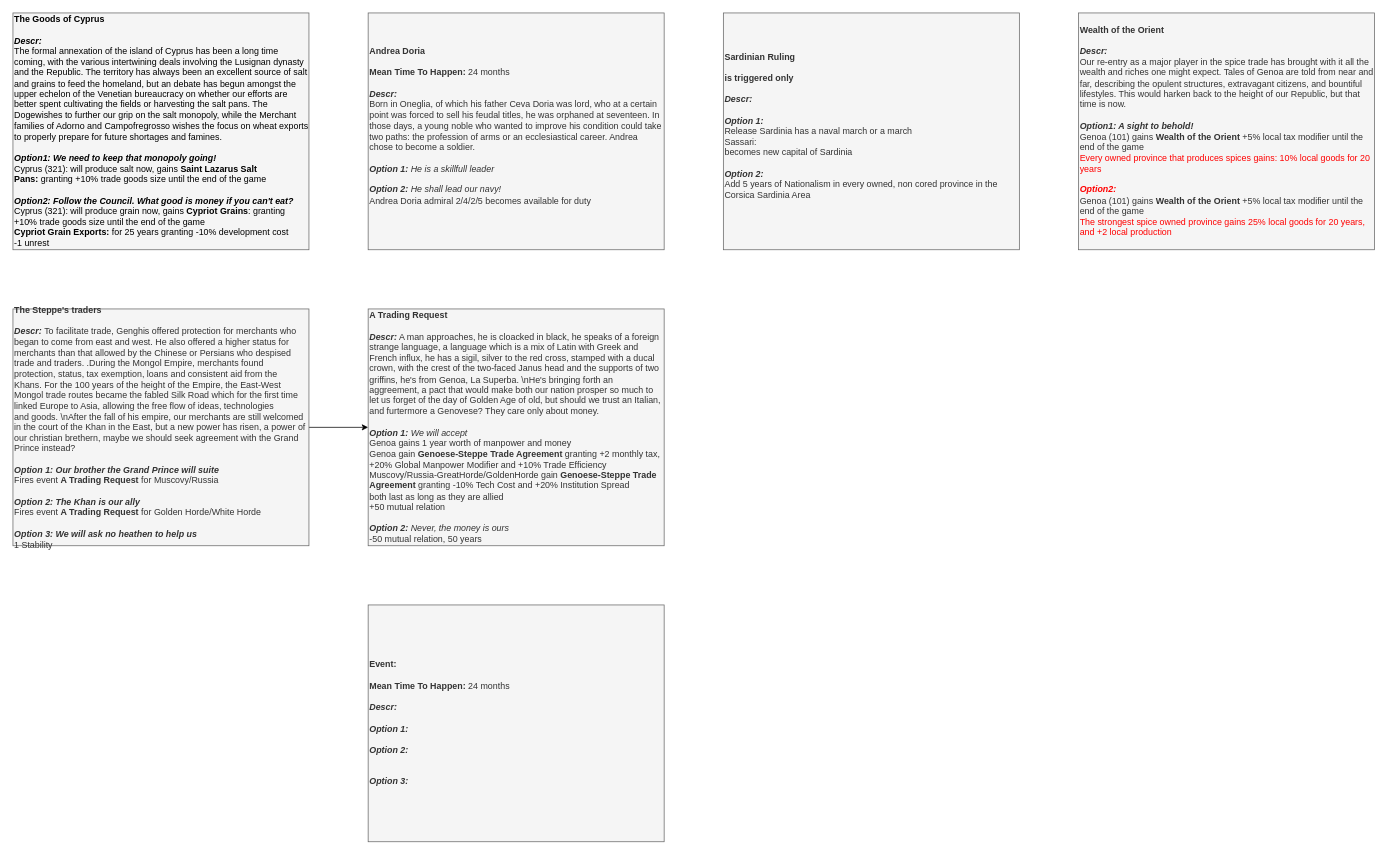
This is page "Events" (2 of 3) of It's Pesto Time/It's Pesto Time 0.3.drawio from Melvasul/Missions-Expanded, a draw.io file, before an edit. Source tidied: cells renumbered, new cells numbered last; positions are measured from the earlier drawing's top-left corner, leaving out a move shared by most shapes. Both pictures are drawn from the tidied source at 74%, with x=0, y=0 at pixel (13, 13).
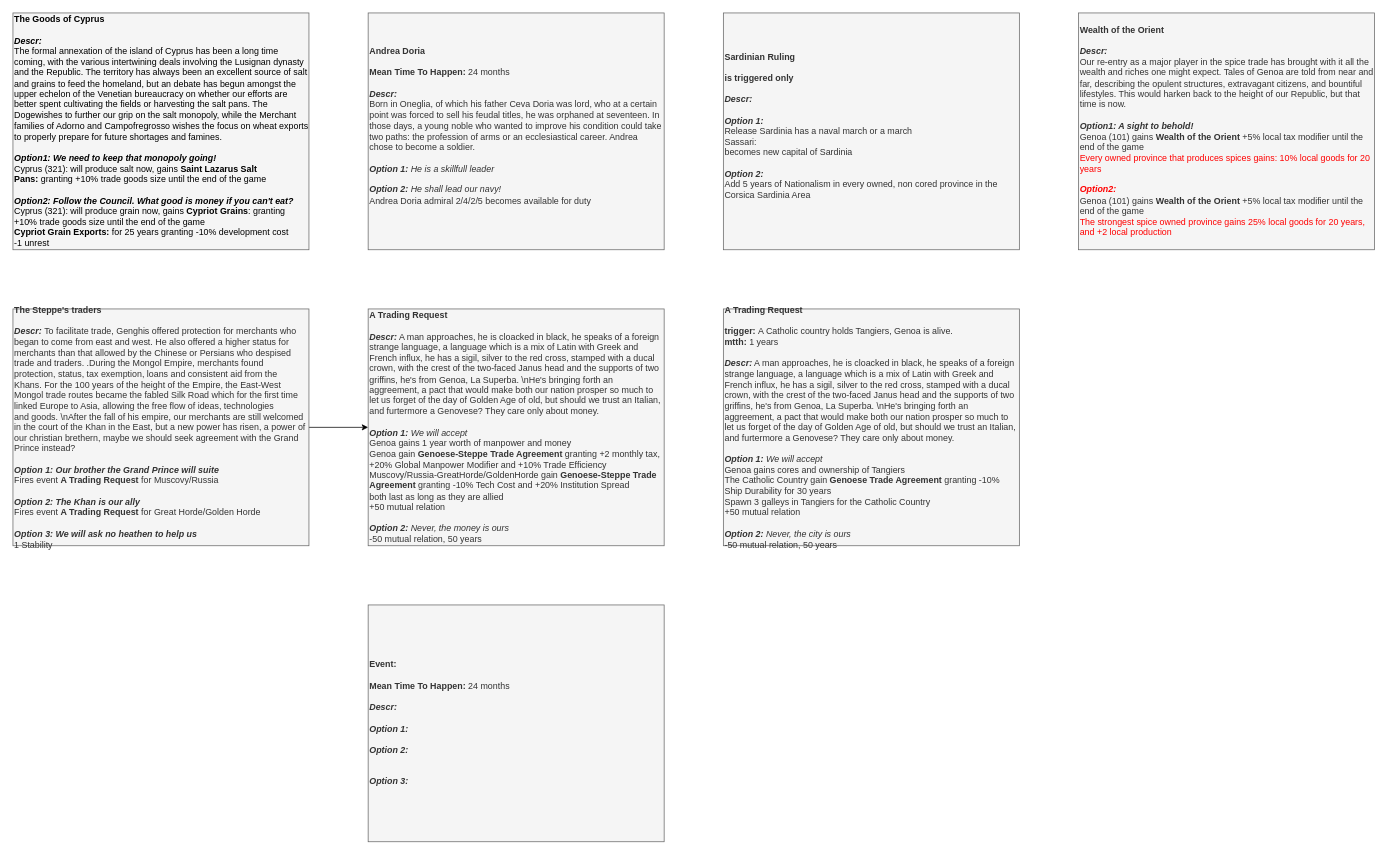
Above is the later version.

Diff of the diagram source:
```diff
@@
 <mxGraphModel>
   <root>
     <mxCell id="0" />
     <mxCell id="1" parent="0" />
     <mxCell id="2" value="&lt;div style=&quot;font-size: 12px&quot;&gt;&lt;b&gt;Event:&lt;/b&gt;&lt;/div&gt;&lt;div style=&quot;font-size: 12px&quot;&gt;&lt;b&gt;&lt;br&gt;&lt;/b&gt;&lt;/div&gt;&lt;div style=&quot;font-size: 12px&quot;&gt;&lt;b&gt;Mean Time To Happen: &lt;/b&gt;24 months&lt;/div&gt;&lt;div style=&quot;font-size: 12px&quot;&gt;&lt;b&gt;&lt;br&gt;&lt;/b&gt;&lt;/div&gt;&lt;div&gt;&lt;font&gt;&lt;div style=&quot;font-size: 12px&quot;&gt;&lt;b style=&quot;font-size: 12px&quot;&gt;&lt;i style=&quot;font-size: 12px&quot;&gt;Descr:&lt;/i&gt;&lt;/b&gt;&lt;/div&gt;&lt;/font&gt;&lt;/div&gt;&lt;div&gt;&lt;br&gt;&lt;/div&gt;&lt;div style=&quot;font-size: 12px&quot;&gt;&lt;/div&gt;&lt;font&gt;&lt;b style=&quot;font-size: 12px ; font-style: italic&quot;&gt;Option 1:&lt;/b&gt;&lt;span style=&quot;font-size: 12px ; font-style: italic&quot;&gt; &lt;/span&gt;&lt;br&gt;&lt;br&gt;&lt;span style=&quot;font-size: 12px&quot;&gt;&lt;i&gt;&lt;b&gt;Option 2:&lt;/b&gt;&amp;nbsp;&lt;/i&gt;&lt;/span&gt;&lt;br&gt;&lt;div&gt;&lt;br&gt;&lt;/div&gt;&lt;div&gt;&lt;br&gt;&lt;/div&gt;&lt;div&gt;&lt;i style=&quot;font-weight: bold&quot;&gt;Option 3:&amp;nbsp;&lt;/i&gt;&lt;/div&gt;&lt;/font&gt;" style="rounded=0;whiteSpace=wrap;html=1;align=left;fontSize=12;fillColor=#f5f5f5;strokeColor=#666666;fontColor=#333333;" parent="1" vertex="1">
       <mxGeometry x="480" y="800" width="400" height="320" as="geometry" />
     </mxCell>
     <mxCell id="3" value="&lt;div style=&quot;font-size: 12px&quot;&gt;&lt;b&gt;Andrea Doria&lt;/b&gt;&lt;/div&gt;&lt;div style=&quot;font-size: 12px&quot;&gt;&lt;b&gt;&lt;br&gt;&lt;/b&gt;&lt;/div&gt;&lt;div style=&quot;font-size: 12px&quot;&gt;&lt;b&gt;Mean Time To Happen: &lt;/b&gt;24 months&lt;/div&gt;&lt;div style=&quot;font-size: 12px&quot;&gt;&lt;b&gt;&lt;br&gt;&lt;/b&gt;&lt;/div&gt;&lt;div&gt;&lt;font&gt;&lt;div style=&quot;font-size: 12px&quot;&gt;&lt;b style=&quot;font-size: 12px&quot;&gt;&lt;i style=&quot;font-size: 12px&quot;&gt;Descr:&lt;/i&gt;&lt;/b&gt;&lt;/div&gt;&lt;/font&gt;&lt;/div&gt;&lt;div&gt;Born in Oneglia, of which his father Ceva Doria was lord, who at a certain point was forced to sell his feudal titles, he was orphaned at seventeen. In those days, a young noble who wanted to improve his condition could take two paths: the profession of arms or an ecclesiastical career. Andrea chose to become a soldier.&lt;br&gt;&lt;/div&gt;&lt;div&gt;&lt;br&gt;&lt;/div&gt;&lt;div style=&quot;font-size: 12px&quot;&gt;&lt;/div&gt;&lt;font&gt;&lt;b style=&quot;font-size: 12px ; font-style: italic&quot;&gt;Option 1:&lt;/b&gt;&lt;span style=&quot;font-size: 12px ; font-style: italic&quot;&gt;&amp;nbsp;He is a skillfull leader&lt;/span&gt;&lt;br&gt;&lt;br&gt;&lt;span style=&quot;font-size: 12px&quot;&gt;&lt;i&gt;&lt;b&gt;Option 2:&lt;/b&gt;&amp;nbsp;He shall lead our navy!&lt;br&gt;&lt;/i&gt;&lt;/span&gt;Andrea Doria admiral 2/4/2/5 becomes available for duty&lt;br&gt;&lt;div&gt;&lt;br&gt;&lt;/div&gt;&lt;/font&gt;" style="rounded=0;whiteSpace=wrap;html=1;align=left;fontSize=12;fillColor=#f5f5f5;strokeColor=#666666;fontColor=#333333;" parent="1" vertex="1">
       <mxGeometry x="480" width="400" height="320" as="geometry" />
     </mxCell>
     <mxCell id="4" value="&lt;div style=&quot;font-size: 12px&quot;&gt;&lt;b&gt;Sardinian Ruling&lt;/b&gt;&lt;/div&gt;&lt;div style=&quot;font-size: 12px&quot;&gt;&lt;b&gt;&lt;br&gt;&lt;/b&gt;&lt;/div&gt;&lt;div style=&quot;font-size: 12px&quot;&gt;&lt;b&gt;is triggered only&lt;/b&gt;&lt;/div&gt;&lt;div style=&quot;font-size: 12px&quot;&gt;&lt;b&gt;&lt;br&gt;&lt;/b&gt;&lt;/div&gt;&lt;div&gt;&lt;font&gt;&lt;div style=&quot;font-size: 12px&quot;&gt;&lt;b style=&quot;font-size: 12px&quot;&gt;&lt;i style=&quot;font-size: 12px&quot;&gt;Descr:&lt;/i&gt;&lt;/b&gt;&lt;/div&gt;&lt;/font&gt;&lt;/div&gt;&lt;div&gt;&lt;br&gt;&lt;/div&gt;&lt;div style=&quot;font-size: 12px&quot;&gt;&lt;/div&gt;&lt;font&gt;&lt;b style=&quot;font-size: 12px ; font-style: italic&quot;&gt;Option 1:&lt;/b&gt;&lt;span style=&quot;font-size: 12px ; font-style: italic&quot;&gt; &lt;/span&gt;&lt;br&gt;Release Sardinia has a naval march or a march&lt;br&gt;Sassari:&lt;br&gt;becomes new capital of Sardinia&lt;br&gt;&lt;br&gt;&lt;span style=&quot;font-size: 12px&quot;&gt;&lt;i&gt;&lt;b&gt;Option 2:&lt;/b&gt;&amp;nbsp;&lt;/i&gt;&lt;/span&gt;&lt;br&gt;&lt;div&gt;Add 5 years of Nationalism in every owned, non cored province in the Corsica Sardinia Area&lt;/div&gt;&lt;div&gt;&lt;br&gt;&lt;/div&gt;&lt;/font&gt;" style="rounded=0;whiteSpace=wrap;html=1;align=left;fontSize=12;fillColor=#f5f5f5;strokeColor=#666666;fontColor=#333333;" parent="1" vertex="1">
       <mxGeometry x="960" width="400" height="320" as="geometry" />
     </mxCell>
     <mxCell id="5" value="&lt;div&gt;&lt;font color=&quot;#000000&quot;&gt;&lt;b&gt;The Goods of Cyprus&lt;/b&gt;&lt;br&gt;&lt;/font&gt;&lt;/div&gt;&lt;div&gt;&lt;b&gt;&lt;font color=&quot;#000000&quot;&gt;&lt;br&gt;&lt;/font&gt;&lt;/b&gt;&lt;/div&gt;&lt;div&gt;&lt;font color=&quot;#000000&quot;&gt;&lt;b&gt;&lt;i&gt;Descr:&lt;/i&gt;&lt;/b&gt;&amp;nbsp;&lt;/font&gt;&lt;/div&gt;&lt;div&gt;&lt;font color=&quot;#000000&quot;&gt;The formal annexation of the island of Cyprus has been a long time coming, with the various intertwining deals involving the Lusignan dynasty and the Republic. The territory has always been an excellent source of salt and grains to feed the homeland, but an debate has begun amongst the upper echelon of the Venetian bureaucracy on whether our efforts are better spent cultivating the fields or harvesting the salt pans. The Dogewishes to further our grip on the salt monopoly, while the Merchant families of Adorno and Campofregrosso wishes the focus on wheat exports to properly prepare for future shortages and famines.&lt;/font&gt;&lt;/div&gt;&lt;div style=&quot;font-size: 12px&quot;&gt;&lt;span style=&quot;font-size: 12px&quot;&gt;&lt;font color=&quot;#000000&quot;&gt;&lt;br style=&quot;font-size: 12px&quot;&gt;&lt;/font&gt;&lt;/span&gt;&lt;/div&gt;&lt;div style=&quot;font-size: 12px&quot;&gt;&lt;font color=&quot;#000000&quot;&gt;&lt;b&gt;&lt;i&gt;Option1:&amp;nbsp;&lt;/i&gt;&lt;/b&gt;&lt;i&gt;&lt;b&gt;We need to keep that monopoly going!&lt;/b&gt;&lt;/i&gt;&lt;/font&gt;&lt;/div&gt;&lt;div style=&quot;font-size: 12px&quot;&gt;&lt;font color=&quot;#000000&quot;&gt;&lt;span&gt;Cyprus (321): will produce salt now,&amp;nbsp;&lt;/span&gt;&lt;span&gt;gains&amp;nbsp;&lt;/span&gt;&lt;b&gt;Saint Lazarus Salt Pans&lt;/b&gt;&lt;b&gt;:&lt;/b&gt;&lt;span&gt;&amp;nbsp;granting&amp;nbsp;+10% trade goods size until the end of the game&lt;/span&gt;&lt;/font&gt;&lt;/div&gt;&lt;div style=&quot;font-size: 12px&quot;&gt;&lt;font color=&quot;#000000&quot;&gt;&lt;br&gt;&lt;/font&gt;&lt;/div&gt;&lt;div style=&quot;font-size: 12px&quot;&gt;&lt;font color=&quot;#000000&quot;&gt;&lt;b&gt;&lt;i&gt;Option2:&amp;nbsp;&lt;/i&gt;&lt;/b&gt;&lt;span&gt;&lt;b&gt;&lt;i&gt;Follow the Council. What good is money if you can't eat?&lt;/i&gt;&lt;/b&gt;&lt;/span&gt;&lt;/font&gt;&lt;/div&gt;&lt;div&gt;&lt;div style=&quot;font-size: 12px&quot;&gt;&lt;font color=&quot;#000000&quot;&gt;Cyprus (321): will produce grain now,&amp;nbsp;&lt;span&gt;gains &lt;/span&gt;&lt;b&gt;Cypriot Grains&lt;/b&gt;&lt;span&gt;: granting +10% trade goods size until the end of the game&lt;/span&gt;&lt;/font&gt;&lt;/div&gt;&lt;div&gt;&lt;font color=&quot;#000000&quot;&gt;&lt;b&gt;Cypriot Grain Exports:&lt;/b&gt;&amp;nbsp;for 25 years granting -10% development cost&lt;br&gt;&lt;/font&gt;&lt;/div&gt;&lt;div&gt;&lt;font color=&quot;#000000&quot;&gt;-1 unrest&lt;/font&gt;&lt;/div&gt;&lt;/div&gt;" style="rounded=0;whiteSpace=wrap;html=1;fillColor=#f5f5f5;strokeColor=#666666;fontSize=12;align=left;fontColor=#333333;" parent="1" vertex="1">
       <mxGeometry width="400" height="320" as="geometry" />
     </mxCell>
     <mxCell id="6" value="&lt;div&gt;&lt;b&gt;Wealth of the Orient&lt;/b&gt;&lt;br&gt;&lt;/div&gt;&lt;div&gt;&lt;b&gt;&lt;br&gt;&lt;/b&gt;&lt;/div&gt;&lt;div&gt;&lt;b&gt;&lt;i&gt;Descr:&lt;/i&gt;&lt;/b&gt;&amp;nbsp;&lt;/div&gt;Our re-entry as a major player in the spice trade has brought with it all the wealth and riches one might expect. Tales of Genoa are told from near and far, describing the opulent structures, extravagant citizens, and bountiful lifestyles. This would harken back to the height of our Republic, but that time is now.&lt;div&gt;&lt;br&gt;&lt;/div&gt;&lt;div style=&quot;font-size: 12px&quot;&gt;&lt;/div&gt;&lt;b&gt;&lt;i&gt;Option1: A sight to behold!&lt;/i&gt;&lt;/b&gt;&lt;br class=&quot;Apple-interchange-newline&quot;&gt;Genoa (101) gains&amp;nbsp;&lt;b&gt;Wealth of the Orient&lt;/b&gt;&amp;nbsp;+5% local tax modifier until the end of the game&lt;div&gt;&lt;font color=&quot;#ff0000&quot;&gt;Every owned province that produces spices gains: 10% local goods for 20 years&lt;/font&gt;&lt;/div&gt;&lt;div&gt;&lt;font color=&quot;#ff0000&quot;&gt;&lt;br&gt;&lt;/font&gt;&lt;/div&gt;&lt;div&gt;&lt;font color=&quot;#ff0000&quot;&gt;&lt;b&gt;&lt;i&gt;Option2:&lt;/i&gt;&lt;/b&gt;&lt;/font&gt;&lt;/div&gt;Genoa (101) gains&amp;nbsp;&lt;b&gt;Wealth of the Orient&lt;/b&gt;&amp;nbsp;+5% local tax modifier until the end of the game&lt;div&gt;&lt;font color=&quot;#ff0000&quot;&gt;The strongest spice owned province gains 25% local goods for 20 years, and +2 local production&lt;/font&gt;&lt;/div&gt;" style="rounded=0;whiteSpace=wrap;html=1;fillColor=#f5f5f5;strokeColor=#666666;fontSize=12;align=left;fontColor=#333333;" parent="1" vertex="1">
       <mxGeometry x="1440" width="400" height="320" as="geometry" />
     </mxCell>
     <mxCell id="7" style="edgeStyle=orthogonalEdgeStyle;rounded=0;jettySize=auto;html=1;exitX=1;exitY=0.5;exitDx=0;exitDy=0;" parent="1" edge="1" source="8" target="9">
       <mxGeometry relative="1" as="geometry" />
     </mxCell>
-    <mxCell id="8" value="&lt;div style=&quot;font-size: 12px&quot;&gt;&lt;/div&gt;&lt;b&gt;The Steppe's traders&lt;br&gt;&lt;/b&gt;&lt;div style=&quot;font-size: 12px&quot;&gt;&lt;b&gt;&lt;br&gt;&lt;/b&gt;&lt;/div&gt;&lt;div&gt;&lt;font&gt;&lt;div style=&quot;font-size: 12px&quot;&gt;&lt;b style=&quot;font-size: 12px&quot;&gt;&lt;i style=&quot;font-size: 12px&quot;&gt;Descr:&amp;nbsp;&lt;/i&gt;&lt;/b&gt;&lt;span&gt;To facilitate trade, Genghis offered protection for merchants who began to come from east and west. He also offered a higher status for &lt;br&gt;merchants than that allowed by the Chinese or Persians who despised &lt;br&gt;trade and traders. .During the Mongol Empire, merchants found &lt;br&gt;protection, status, tax exemption, loans and consistent aid from the &lt;br&gt;Khans. For the 100 years of the height of the Empire, the East-West &lt;br&gt;Mongol trade routes became the fabled Silk Road which for the first time&lt;br&gt; linked Europe to Asia, allowing the free flow of ideas, technologies &lt;br&gt;and goods. \nAfter the fall of his empire, our merchants are still welcomed in the court of the Khan in the East, but a new power has risen, a power of our christian brethern, maybe we should seek agreement with the Grand Prince instead?&lt;/span&gt;&lt;/div&gt;&lt;/font&gt;&lt;/div&gt;&lt;div&gt;&lt;br&gt;&lt;/div&gt;&lt;div style=&quot;font-size: 12px&quot;&gt;&lt;/div&gt;&lt;font&gt;&lt;b style=&quot;font-size: 12px ; font-style: italic&quot;&gt;Option 1:&lt;/b&gt;&lt;span style=&quot;font-size: 12px ; font-style: italic&quot;&gt;&amp;nbsp;&lt;b&gt;Our brother the Grand Prince will suite&lt;/b&gt;&lt;/span&gt;&lt;br&gt;Fires event &lt;b&gt;A Trading Request&lt;/b&gt;&amp;nbsp;for Muscovy/Russia&lt;br&gt;&lt;br&gt;&lt;span style=&quot;font-size: 12px&quot;&gt;&lt;i&gt;&lt;b&gt;Option 2:&lt;/b&gt;&amp;nbsp;&lt;b&gt;The Khan is our ally&lt;/b&gt;&lt;br&gt;&lt;/i&gt;&lt;/span&gt;&lt;div&gt;Fires event&amp;nbsp;&lt;b&gt;A Trading Request&lt;/b&gt;&amp;nbsp;for Golden Horde/White Horde&lt;br&gt;&lt;/div&gt;&lt;div&gt;&lt;br&gt;&lt;/div&gt;&lt;div&gt;&lt;i style=&quot;font-weight: bold&quot;&gt;Option 3: We will ask no heathen to help us&lt;/i&gt;&lt;/div&gt;&lt;div&gt;1 Stability&lt;/div&gt;&lt;/font&gt;" style="rounded=0;whiteSpace=wrap;html=1;align=left;fontSize=12;fillColor=#f5f5f5;strokeColor=#666666;fontColor=#333333;" parent="1" vertex="1">
+    <mxCell id="8" value="&lt;div style=&quot;font-size: 12px&quot;&gt;&lt;/div&gt;&lt;b&gt;The Steppe's traders&lt;br&gt;&lt;/b&gt;&lt;div style=&quot;font-size: 12px&quot;&gt;&lt;b&gt;&lt;br&gt;&lt;/b&gt;&lt;/div&gt;&lt;div&gt;&lt;font&gt;&lt;div style=&quot;font-size: 12px&quot;&gt;&lt;b style=&quot;font-size: 12px&quot;&gt;&lt;i style=&quot;font-size: 12px&quot;&gt;Descr:&amp;nbsp;&lt;/i&gt;&lt;/b&gt;&lt;span&gt;To facilitate trade, Genghis offered protection for merchants who began to come from east and west. He also offered a higher status for &lt;br&gt;merchants than that allowed by the Chinese or Persians who despised &lt;br&gt;trade and traders. .During the Mongol Empire, merchants found &lt;br&gt;protection, status, tax exemption, loans and consistent aid from the &lt;br&gt;Khans. For the 100 years of the height of the Empire, the East-West &lt;br&gt;Mongol trade routes became the fabled Silk Road which for the first time&lt;br&gt; linked Europe to Asia, allowing the free flow of ideas, technologies &lt;br&gt;and goods. \nAfter the fall of his empire, our merchants are still welcomed in the court of the Khan in the East, but a new power has risen, a power of our christian brethern, maybe we should seek agreement with the Grand Prince instead?&lt;/span&gt;&lt;/div&gt;&lt;/font&gt;&lt;/div&gt;&lt;div&gt;&lt;br&gt;&lt;/div&gt;&lt;div style=&quot;font-size: 12px&quot;&gt;&lt;/div&gt;&lt;font&gt;&lt;b style=&quot;font-size: 12px ; font-style: italic&quot;&gt;Option 1:&lt;/b&gt;&lt;span style=&quot;font-size: 12px ; font-style: italic&quot;&gt;&amp;nbsp;&lt;b&gt;Our brother the Grand Prince will suite&lt;/b&gt;&lt;/span&gt;&lt;br&gt;Fires event &lt;b&gt;A Trading Request&lt;/b&gt;&amp;nbsp;for Muscovy/Russia&lt;br&gt;&lt;br&gt;&lt;span style=&quot;font-size: 12px&quot;&gt;&lt;i&gt;&lt;b&gt;Option 2:&lt;/b&gt;&amp;nbsp;&lt;b&gt;The Khan is our ally&lt;/b&gt;&lt;br&gt;&lt;/i&gt;&lt;/span&gt;&lt;div&gt;Fires event&amp;nbsp;&lt;b&gt;A Trading Request&lt;/b&gt;&amp;nbsp;for Great Horde/Golden Horde&lt;br&gt;&lt;/div&gt;&lt;div&gt;&lt;br&gt;&lt;/div&gt;&lt;div&gt;&lt;i style=&quot;font-weight: bold&quot;&gt;Option 3: We will ask no heathen to help us&lt;/i&gt;&lt;/div&gt;&lt;div&gt;1 Stability&lt;/div&gt;&lt;/font&gt;" style="rounded=0;whiteSpace=wrap;html=1;align=left;fontSize=12;fillColor=#f5f5f5;strokeColor=#666666;fontColor=#333333;" parent="1" vertex="1">
       <mxGeometry y="400" width="400" height="320" as="geometry" />
     </mxCell>
     <mxCell id="9" value="&lt;div style=&quot;font-size: 12px&quot;&gt;&lt;/div&gt;&lt;b&gt;A Trading Request&lt;br&gt;&lt;/b&gt;&lt;div style=&quot;font-size: 12px&quot;&gt;&lt;b&gt;&lt;br&gt;&lt;/b&gt;&lt;/div&gt;&lt;div&gt;&lt;font&gt;&lt;div style=&quot;font-size: 12px&quot;&gt;&lt;span style=&quot;font-size: 12px&quot;&gt;&lt;span style=&quot;font-size: 12px&quot;&gt;&lt;b style=&quot;font-style: italic&quot;&gt;Descr:&lt;/b&gt; A man approaches, he is cloacked in black, he speaks of a foreign strange language, a language which is a mix of Latin with Greek and French influx, he has a sigil,&amp;nbsp;&lt;/span&gt;&lt;/span&gt;&lt;span&gt;silver to the red cross, stamped with a ducal crown, with the crest of the two-faced Janus head and the supports of two griffins, he's from Genoa, La Superba. \nHe's bringing forth an aggreement, a pact that would make both our nation prosper so much to let us forget of the day of Golden Age of old, but should we trust an Italian, and furtermore a Genovese? They care only about money.&lt;/span&gt;&lt;/div&gt;&lt;/font&gt;&lt;/div&gt;&lt;div&gt;&lt;br&gt;&lt;/div&gt;&lt;div style=&quot;font-size: 12px&quot;&gt;&lt;/div&gt;&lt;font&gt;&lt;b style=&quot;font-size: 12px ; font-style: italic&quot;&gt;Option 1:&lt;/b&gt;&lt;span style=&quot;font-size: 12px ; font-style: italic&quot;&gt;&amp;nbsp;We will accept&lt;/span&gt;&lt;br&gt;Genoa gains 1 year worth of manpower and money&lt;br&gt;Genoa gain&amp;nbsp;&lt;b&gt;Genoese-Steppe Trade Agreement&amp;nbsp;&lt;/b&gt;granting +2 monthly tax, +20% Global Manpower Modifier and +10% Trade Efficiency&lt;br&gt;Muscovy/Russia-GreatHorde/GoldenHorde gain&amp;nbsp;&lt;b&gt;Genoese-Steppe Trade Agreement&lt;/b&gt;&amp;nbsp;granting -10% Tech Cost and +20% Institution Spread&lt;br&gt;both last as long as they are allied&lt;br&gt;+50 mutual relation&lt;br&gt;&lt;br&gt;&lt;span style=&quot;font-size: 12px&quot;&gt;&lt;b style=&quot;font-style: italic&quot;&gt;Option 2:&lt;/b&gt;&lt;i&gt;&amp;nbsp;Never, the money is ours&lt;/i&gt;&lt;br&gt;-50 mutual relation, 50 years&lt;br&gt;&lt;/span&gt;&lt;/font&gt;" style="rounded=0;whiteSpace=wrap;html=1;align=left;fontSize=12;fillColor=#f5f5f5;strokeColor=#666666;fontColor=#333333;" parent="1" vertex="1">
       <mxGeometry x="480" y="400" width="400" height="320" as="geometry" />
     </mxCell>
+    <mxCell id="10" value="&lt;div style=&quot;font-size: 12px&quot;&gt;&lt;/div&gt;&lt;b&gt;A Trading Request&lt;br&gt;&lt;/b&gt;&lt;div style=&quot;font-size: 12px&quot;&gt;&lt;b&gt;&lt;br&gt;&lt;/b&gt;&lt;/div&gt;&lt;div style=&quot;font-size: 12px&quot;&gt;&lt;b&gt;trigger:&lt;/b&gt;&amp;nbsp;A Catholic country holds Tangiers, Genoa is alive.&lt;/div&gt;&lt;div style=&quot;font-size: 12px&quot;&gt;&lt;b&gt;mtth:&lt;/b&gt; 1 years&lt;/div&gt;&lt;div style=&quot;font-size: 12px&quot;&gt;&lt;b&gt;&lt;br&gt;&lt;/b&gt;&lt;/div&gt;&lt;div&gt;&lt;font&gt;&lt;div style=&quot;font-size: 12px&quot;&gt;&lt;span style=&quot;font-size: 12px&quot;&gt;&lt;span style=&quot;font-size: 12px&quot;&gt;&lt;b style=&quot;font-style: italic&quot;&gt;Descr:&lt;/b&gt; A man approaches, he is cloacked in black, he speaks of a foreign strange language, a language which is a mix of Latin with Greek and French influx, he has a sigil,&amp;nbsp;&lt;/span&gt;&lt;/span&gt;&lt;span&gt;silver to the red cross, stamped with a ducal crown, with the crest of the two-faced Janus head and the supports of two griffins, he's from Genoa, La Superba. \nHe's bringing forth an aggreement, a pact that would make both our nation prosper so much to let us forget of the day of Golden Age of old, but should we trust an Italian, and furtermore a Genovese? They care only about money.&lt;/span&gt;&lt;/div&gt;&lt;/font&gt;&lt;/div&gt;&lt;div&gt;&lt;br&gt;&lt;/div&gt;&lt;div style=&quot;font-size: 12px&quot;&gt;&lt;/div&gt;&lt;font&gt;&lt;b style=&quot;font-size: 12px ; font-style: italic&quot;&gt;Option 1:&lt;/b&gt;&lt;span style=&quot;font-size: 12px ; font-style: italic&quot;&gt;&amp;nbsp;We will accept&lt;/span&gt;&lt;br&gt;Genoa gains cores and ownership of Tangiers&lt;br&gt;The Catholic Country gain&amp;nbsp;&lt;b&gt;Genoese Trade Agreement&lt;/b&gt;&amp;nbsp;granting -10% Ship Durability for 30 years&lt;br&gt;Spawn 3 galleys in Tangiers for the Catholic Country&lt;br&gt;+50 mutual relation&lt;br&gt;&lt;br&gt;&lt;span style=&quot;font-size: 12px&quot;&gt;&lt;b style=&quot;font-style: italic&quot;&gt;Option 2:&lt;/b&gt;&lt;i&gt;&amp;nbsp;Never, the city is ours&lt;/i&gt;&lt;br&gt;-50 mutual relation, 50 years&lt;br&gt;&lt;/span&gt;&lt;/font&gt;" style="rounded=0;whiteSpace=wrap;html=1;align=left;fontSize=12;fillColor=#f5f5f5;strokeColor=#666666;fontColor=#333333;" parent="1" vertex="1">
+      <mxGeometry x="960" y="400" width="400" height="320" as="geometry" />
+    </mxCell>
   </root>
 </mxGraphModel>
```
